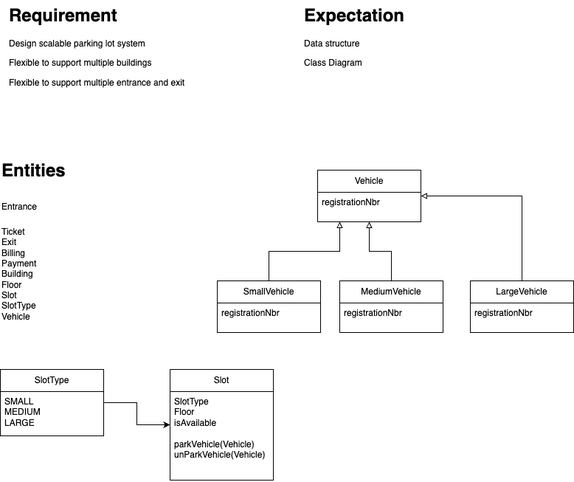
Above: Parking lot service.drawio.png in m0v006c/LLD (draw.io), before the change. Source tidied: cells renumbered, new cells last; positions are measured from the earlier drawing's top-left corner, leaving out a move shared by most shapes.
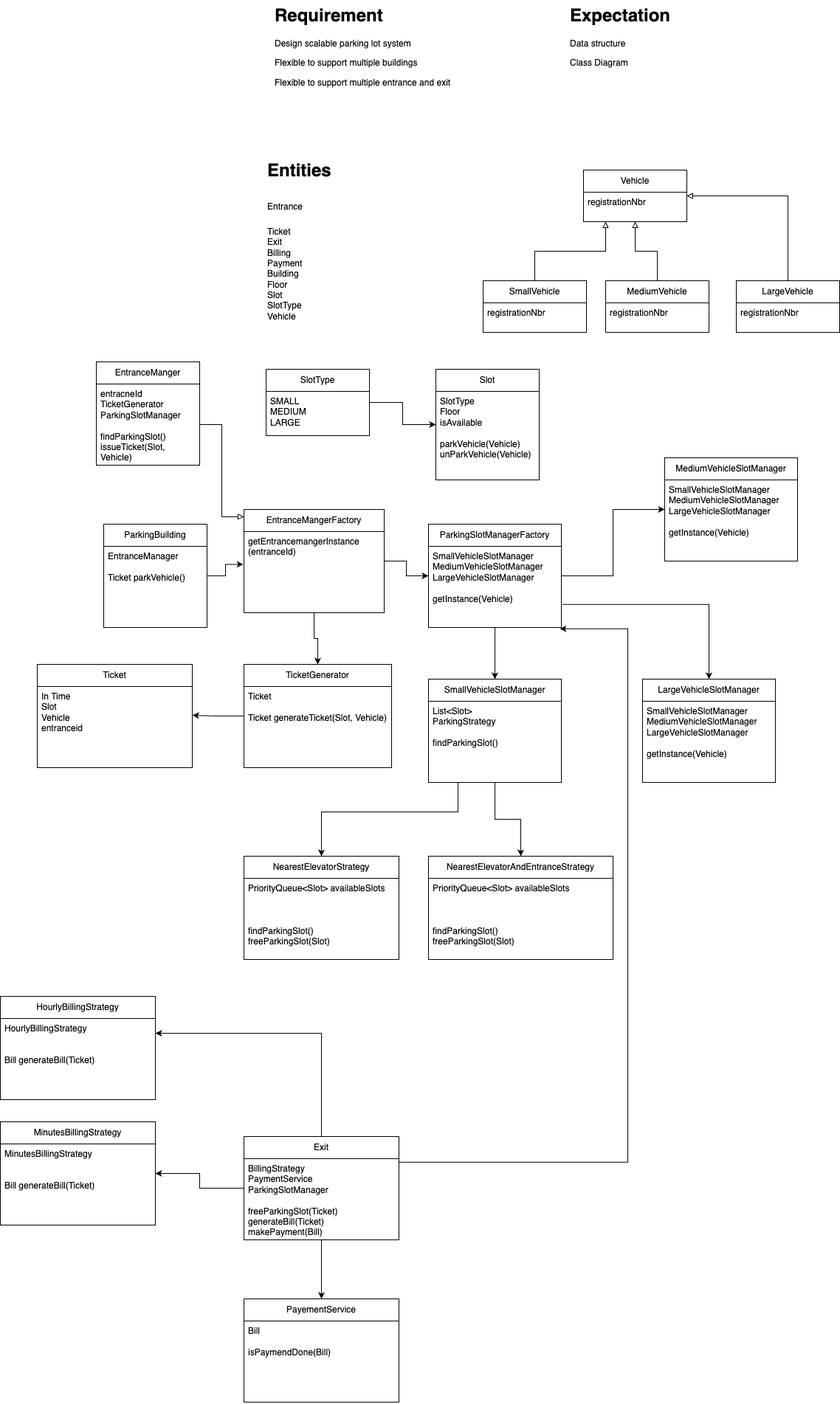
Above is the later version.

The edit, as a diff of the source:
```diff
@@ -64,5 +64,151 @@
     <mxCell id="20" value="&lt;div&gt;SlotType&lt;/div&gt;&lt;div&gt;Floor&lt;/div&gt;&lt;div&gt;isAvailable&lt;/div&gt;&lt;div&gt;&lt;br&gt;&lt;/div&gt;&lt;div&gt;parkVehicle(Vehicle)&lt;/div&gt;&lt;div&gt;unParkVehicle(Vehicle)&lt;/div&gt;" style="text;strokeColor=none;fillColor=none;align=left;verticalAlign=top;spacingLeft=4;spacingRight=4;overflow=hidden;whiteSpace=wrap;html=1;" parent="19" vertex="1">
       <mxGeometry y="30" width="140" height="120" as="geometry" />
     </mxCell>
+    <mxCell id="21" style="edgeStyle=orthogonalEdgeStyle;rounded=0;jettySize=auto;html=1;" parent="1" edge="1" source="23" target="25">
+      <mxGeometry relative="1" as="geometry" />
+    </mxCell>
+    <mxCell id="22" style="edgeStyle=orthogonalEdgeStyle;rounded=0;jettySize=auto;html=1;" parent="1" edge="1" source="23" target="30">
+      <mxGeometry relative="1" as="geometry" />
+    </mxCell>
+    <mxCell id="23" value="EntranceMangerFactory" style="swimlane;fontStyle=0;horizontal=1;startSize=30;whiteSpace=wrap;html=1;" parent="1" vertex="1">
+      <mxGeometry x="-30" y="690" width="190" height="140" as="geometry" />
+    </mxCell>
+    <mxCell id="24" value="&lt;div&gt;getEntrancemangerInstance&lt;br&gt;(entranceId)&lt;/div&gt;" style="text;strokeColor=none;fillColor=none;align=left;verticalAlign=top;spacingLeft=4;spacingRight=4;overflow=hidden;points=[[0,0.5],[1,0.5]];portConstraint=eastwest;whiteSpace=wrap;html=1;" parent="23" vertex="1">
+      <mxGeometry y="30" width="190" height="110" as="geometry" />
+    </mxCell>
+    <mxCell id="25" value="&lt;span style=&quot;text-align: left;&quot;&gt;TicketGenerator&lt;/span&gt;" style="swimlane;fontStyle=0;horizontal=1;startSize=30;whiteSpace=wrap;html=1;" parent="1" vertex="1">
+      <mxGeometry x="-30" y="900" width="200" height="140" as="geometry" />
+    </mxCell>
+    <mxCell id="26" value="&lt;div&gt;Ticket&lt;/div&gt;&lt;div&gt;&lt;br&gt;&lt;/div&gt;&lt;div&gt;Ticket generateTicket(Slot, Vehicle)&lt;/div&gt;" style="text;strokeColor=none;fillColor=none;align=left;verticalAlign=top;spacingLeft=4;spacingRight=4;overflow=hidden;whiteSpace=wrap;html=1;" parent="25" vertex="1">
+      <mxGeometry y="30" width="200" height="110" as="geometry" />
+    </mxCell>
+    <mxCell id="27" style="edgeStyle=orthogonalEdgeStyle;rounded=0;jettySize=auto;html=1;" parent="1" edge="1" source="30" target="34">
+      <mxGeometry relative="1" as="geometry" />
+    </mxCell>
+    <mxCell id="28" style="edgeStyle=orthogonalEdgeStyle;rounded=0;jettySize=auto;html=1;" parent="1" edge="1" source="30" target="36">
+      <mxGeometry relative="1" as="geometry" />
+    </mxCell>
+    <mxCell id="29" style="edgeStyle=orthogonalEdgeStyle;rounded=0;jettySize=auto;html=1;exitX=1.009;exitY=0.716;exitDx=0;exitDy=0;exitPerimeter=0;" parent="1" edge="1" source="31" target="38">
+      <mxGeometry relative="1" as="geometry" />
+    </mxCell>
+    <mxCell id="30" value="&lt;span style=&quot;text-align: left;&quot;&gt;ParkingSlotManagerFactory&lt;/span&gt;" style="swimlane;fontStyle=0;horizontal=1;startSize=30;whiteSpace=wrap;html=1;" parent="1" vertex="1">
+      <mxGeometry x="220" y="710" width="180" height="140" as="geometry" />
+    </mxCell>
+    <mxCell id="31" value="&lt;div&gt;SmallVehicleSlotManager&lt;/div&gt;&lt;div&gt;MediumVehicleSlotManager&amp;nbsp;&lt;br&gt;&lt;/div&gt;&lt;div&gt;LargeVehicleSlotManager&lt;br&gt;&lt;/div&gt;&lt;div&gt;&lt;br&gt;&lt;/div&gt;&lt;div&gt;getInstance(Vehicle)&lt;/div&gt;" style="text;strokeColor=none;fillColor=none;align=left;verticalAlign=top;spacingLeft=4;spacingRight=4;overflow=hidden;points=[[0,0.5],[1,0.5]];portConstraint=eastwest;whiteSpace=wrap;html=1;" parent="30" vertex="1">
+      <mxGeometry y="30" width="180" height="110" as="geometry" />
+    </mxCell>
+    <mxCell id="32" style="edgeStyle=orthogonalEdgeStyle;rounded=0;jettySize=auto;html=1;" parent="1" edge="1" source="34" target="40">
+      <mxGeometry relative="1" as="geometry">
+        <Array as="points">
+          <mxPoint x="260" y="1100" />
+          <mxPoint x="75" y="1100" />
+        </Array>
+      </mxGeometry>
+    </mxCell>
+    <mxCell id="33" style="edgeStyle=orthogonalEdgeStyle;rounded=0;jettySize=auto;html=1;" parent="1" edge="1" source="34" target="42">
+      <mxGeometry relative="1" as="geometry" />
+    </mxCell>
+    <mxCell id="34" value="&lt;span style=&quot;text-align: left;&quot;&gt;SmallVehicleSlotManager&lt;/span&gt;" style="swimlane;fontStyle=0;horizontal=1;startSize=30;whiteSpace=wrap;html=1;" parent="1" vertex="1">
+      <mxGeometry x="220" y="920" width="180" height="140" as="geometry" />
+    </mxCell>
+    <mxCell id="35" value="&lt;div&gt;List&amp;lt;Slot&amp;gt;&lt;/div&gt;&lt;div&gt;ParkingStrategy&lt;/div&gt;&lt;div&gt;&lt;br&gt;&lt;/div&gt;&lt;div&gt;findParkingSlot()&lt;/div&gt;" style="text;strokeColor=none;fillColor=none;align=left;verticalAlign=top;spacingLeft=4;spacingRight=4;overflow=hidden;whiteSpace=wrap;html=1;" parent="34" vertex="1">
+      <mxGeometry y="30" width="180" height="110" as="geometry" />
+    </mxCell>
+    <mxCell id="36" value="&lt;span style=&quot;text-align: left;&quot;&gt;MediumVehicleSlotManager&lt;/span&gt;" style="swimlane;fontStyle=0;horizontal=1;startSize=30;whiteSpace=wrap;html=1;" parent="1" vertex="1">
+      <mxGeometry x="540" y="620" width="180" height="140" as="geometry" />
+    </mxCell>
+    <mxCell id="37" value="&lt;div&gt;SmallVehicleSlotManager&lt;/div&gt;&lt;div&gt;MediumVehicleSlotManager&amp;nbsp;&lt;br&gt;&lt;/div&gt;&lt;div&gt;LargeVehicleSlotManager&lt;br&gt;&lt;/div&gt;&lt;div&gt;&lt;br&gt;&lt;/div&gt;&lt;div&gt;getInstance(Vehicle)&lt;/div&gt;" style="text;strokeColor=none;fillColor=none;align=left;verticalAlign=top;spacingLeft=4;spacingRight=4;overflow=hidden;whiteSpace=wrap;html=1;" parent="36" vertex="1">
+      <mxGeometry y="30" width="180" height="110" as="geometry" />
+    </mxCell>
+    <mxCell id="38" value="&lt;span style=&quot;text-align: left;&quot;&gt;LargeVehicleSlotManager&lt;/span&gt;" style="swimlane;fontStyle=0;horizontal=1;startSize=30;whiteSpace=wrap;html=1;" parent="1" vertex="1">
+      <mxGeometry x="510" y="920" width="180" height="140" as="geometry" />
+    </mxCell>
+    <mxCell id="39" value="&lt;div&gt;SmallVehicleSlotManager&lt;/div&gt;&lt;div&gt;MediumVehicleSlotManager&amp;nbsp;&lt;br&gt;&lt;/div&gt;&lt;div&gt;LargeVehicleSlotManager&lt;br&gt;&lt;/div&gt;&lt;div&gt;&lt;br&gt;&lt;/div&gt;&lt;div&gt;getInstance(Vehicle)&lt;/div&gt;" style="text;strokeColor=none;fillColor=none;align=left;verticalAlign=top;spacingLeft=4;spacingRight=4;overflow=hidden;whiteSpace=wrap;html=1;" parent="38" vertex="1">
+      <mxGeometry y="30" width="180" height="110" as="geometry" />
+    </mxCell>
+    <mxCell id="40" value="&lt;span style=&quot;text-align: left;&quot;&gt;NearestElevatorStrategy&lt;/span&gt;" style="swimlane;fontStyle=0;horizontal=1;startSize=30;whiteSpace=wrap;html=1;" parent="1" vertex="1">
+      <mxGeometry x="-30" y="1160" width="210" height="140" as="geometry" />
+    </mxCell>
+    <mxCell id="41" value="&lt;div&gt;PriorityQueue&amp;lt;Slot&amp;gt; availableSlots&lt;/div&gt;&lt;div&gt;&lt;br&gt;&lt;/div&gt;&lt;div&gt;&lt;br&gt;&lt;/div&gt;&lt;div&gt;&lt;br&gt;&lt;/div&gt;&lt;div&gt;findParkingSlot()&lt;/div&gt;&lt;div&gt;freeParkingSlot(Slot)&lt;/div&gt;" style="text;strokeColor=none;fillColor=none;align=left;verticalAlign=top;spacingLeft=4;spacingRight=4;overflow=hidden;whiteSpace=wrap;html=1;" parent="40" vertex="1">
+      <mxGeometry y="30" width="210" height="110" as="geometry" />
+    </mxCell>
+    <mxCell id="42" value="&lt;span style=&quot;text-align: left;&quot;&gt;NearestElevatorAndEntranceStrategy&lt;/span&gt;" style="swimlane;fontStyle=0;horizontal=1;startSize=30;whiteSpace=wrap;html=1;" parent="1" vertex="1">
+      <mxGeometry x="220" y="1160" width="250" height="140" as="geometry" />
+    </mxCell>
+    <mxCell id="43" value="&lt;div&gt;PriorityQueue&amp;lt;Slot&amp;gt; availableSlots&lt;/div&gt;&lt;div&gt;&lt;br&gt;&lt;/div&gt;&lt;div&gt;&lt;br&gt;&lt;/div&gt;&lt;div&gt;&lt;br&gt;&lt;/div&gt;&lt;div&gt;findParkingSlot()&lt;/div&gt;&lt;div&gt;freeParkingSlot(Slot)&lt;/div&gt;" style="text;strokeColor=none;fillColor=none;align=left;verticalAlign=top;spacingLeft=4;spacingRight=4;overflow=hidden;whiteSpace=wrap;html=1;" parent="42" vertex="1">
+      <mxGeometry y="30" width="250" height="110" as="geometry" />
+    </mxCell>
+    <mxCell id="44" style="edgeStyle=orthogonalEdgeStyle;rounded=0;jettySize=auto;html=1;entryX=0.988;entryY=1.015;entryDx=0;entryDy=0;entryPerimeter=0;exitX=1.001;exitY=0.044;exitDx=0;exitDy=0;exitPerimeter=0;" parent="1" edge="1" source="49" target="31">
+      <mxGeometry relative="1" as="geometry">
+        <Array as="points">
+          <mxPoint x="490" y="1575" />
+          <mxPoint x="490" y="852" />
+        </Array>
+      </mxGeometry>
+    </mxCell>
+    <mxCell id="45" style="edgeStyle=orthogonalEdgeStyle;rounded=0;jettySize=auto;html=1;" parent="1" edge="1" source="48" target="53">
+      <mxGeometry relative="1" as="geometry">
+        <Array as="points">
+          <mxPoint x="75" y="1400" />
+        </Array>
+      </mxGeometry>
+    </mxCell>
+    <mxCell id="46" style="edgeStyle=orthogonalEdgeStyle;rounded=0;jettySize=auto;html=1;" parent="1" edge="1" source="48" target="55">
+      <mxGeometry relative="1" as="geometry" />
+    </mxCell>
+    <mxCell id="47" style="edgeStyle=orthogonalEdgeStyle;rounded=0;jettySize=auto;html=1;" parent="1" edge="1" source="48" target="57">
+      <mxGeometry relative="1" as="geometry" />
+    </mxCell>
+    <mxCell id="48" value="&lt;span style=&quot;text-align: left;&quot;&gt;Exit&lt;/span&gt;" style="swimlane;fontStyle=0;horizontal=1;startSize=30;whiteSpace=wrap;html=1;" parent="1" vertex="1">
+      <mxGeometry x="-30" y="1540" width="210" height="140" as="geometry" />
+    </mxCell>
+    <mxCell id="49" value="BillingStrategy&lt;div&gt;PaymentService&lt;/div&gt;&lt;div&gt;ParkingSlotManager&lt;br&gt;&lt;/div&gt;&lt;div&gt;&lt;br&gt;&lt;/div&gt;&lt;div&gt;freeParkingSlot(Ticket)&lt;/div&gt;&lt;div&gt;generateBill(Ticket)&lt;/div&gt;&lt;div&gt;makePayment(Bill)&lt;/div&gt;" style="text;strokeColor=none;fillColor=none;align=left;verticalAlign=top;spacingLeft=4;spacingRight=4;overflow=hidden;points=[[0,0.5],[1,0.5]];portConstraint=eastwest;whiteSpace=wrap;html=1;" parent="48" vertex="1">
+      <mxGeometry y="30" width="210" height="110" as="geometry" />
+    </mxCell>
+    <mxCell id="50" value="&lt;span style=&quot;text-align: left;&quot;&gt;Ticket&lt;/span&gt;" style="swimlane;fontStyle=0;horizontal=1;startSize=30;whiteSpace=wrap;html=1;" parent="1" vertex="1">
+      <mxGeometry x="-310" y="900" width="210" height="140" as="geometry" />
+    </mxCell>
+    <mxCell id="51" value="In Time&lt;div&gt;Slot&lt;/div&gt;&lt;div&gt;Vehicle&lt;/div&gt;&lt;div&gt;entranceid&lt;/div&gt;&lt;div&gt;&lt;br&gt;&lt;/div&gt;" style="text;strokeColor=none;fillColor=none;align=left;verticalAlign=top;spacingLeft=4;spacingRight=4;overflow=hidden;points=[[0,0.5],[1,0.5]];portConstraint=eastwest;whiteSpace=wrap;html=1;" parent="50" vertex="1">
+      <mxGeometry y="30" width="210" height="110" as="geometry" />
+    </mxCell>
+    <mxCell id="52" style="edgeStyle=orthogonalEdgeStyle;rounded=0;jettySize=auto;html=1;entryX=1.001;entryY=0.356;entryDx=0;entryDy=0;entryPerimeter=0;" parent="1" edge="1" source="25" target="51">
+      <mxGeometry relative="1" as="geometry" />
+    </mxCell>
+    <mxCell id="53" value="&lt;span style=&quot;text-align: left;&quot;&gt;HourlyBillingStrategy&lt;/span&gt;" style="swimlane;fontStyle=0;horizontal=1;startSize=30;whiteSpace=wrap;html=1;" parent="1" vertex="1">
+      <mxGeometry x="-360" y="1350" width="210" height="140" as="geometry" />
+    </mxCell>
+    <mxCell id="54" value="HourlyBillingStrategy&lt;div&gt;&lt;br&gt;&lt;/div&gt;&lt;div&gt;&lt;br&gt;&lt;/div&gt;&lt;div&gt;Bill generateBill(Ticket)&lt;/div&gt;" style="text;strokeColor=none;fillColor=none;align=left;verticalAlign=top;spacingLeft=4;spacingRight=4;overflow=hidden;whiteSpace=wrap;html=1;" parent="53" vertex="1">
+      <mxGeometry y="30" width="210" height="110" as="geometry" />
+    </mxCell>
+    <mxCell id="55" value="&lt;span style=&quot;text-align: left;&quot;&gt;MinutesBillingStrategy&lt;/span&gt;" style="swimlane;fontStyle=0;horizontal=1;startSize=30;whiteSpace=wrap;html=1;" parent="1" vertex="1">
+      <mxGeometry x="-360" y="1520" width="210" height="140" as="geometry" />
+    </mxCell>
+    <mxCell id="56" value="MinutesBillingStrategy&lt;div&gt;&lt;br&gt;&lt;/div&gt;&lt;div&gt;&lt;br&gt;&lt;/div&gt;&lt;div&gt;Bill generateBill(Ticket)&lt;/div&gt;" style="text;strokeColor=none;fillColor=none;align=left;verticalAlign=top;spacingLeft=4;spacingRight=4;overflow=hidden;whiteSpace=wrap;html=1;" parent="55" vertex="1">
+      <mxGeometry y="30" width="210" height="110" as="geometry" />
+    </mxCell>
+    <mxCell id="57" value="&lt;span style=&quot;text-align: left;&quot;&gt;PayementService&lt;/span&gt;" style="swimlane;fontStyle=0;horizontal=1;startSize=30;whiteSpace=wrap;html=1;" parent="1" vertex="1">
+      <mxGeometry x="-30" y="1760" width="210" height="140" as="geometry" />
+    </mxCell>
+    <mxCell id="58" value="Bill&lt;div&gt;&lt;br&gt;&lt;/div&gt;&lt;div&gt;isPaymendDone(Bill)&lt;/div&gt;" style="text;strokeColor=none;fillColor=none;align=left;verticalAlign=top;spacingLeft=4;spacingRight=4;overflow=hidden;whiteSpace=wrap;html=1;" parent="57" vertex="1">
+      <mxGeometry y="30" width="210" height="110" as="geometry" />
+    </mxCell>
+    <mxCell id="59" value="ParkingBuilding" style="swimlane;fontStyle=0;horizontal=1;startSize=30;whiteSpace=wrap;html=1;" parent="1" vertex="1">
+      <mxGeometry x="-220" y="710" width="140" height="140" as="geometry" />
+    </mxCell>
+    <mxCell id="60" value="&lt;div&gt;EntranceManager&lt;/div&gt;&lt;div&gt;&lt;br&gt;&lt;/div&gt;&lt;div&gt;Ticket parkVehicle()&lt;/div&gt;&lt;div&gt;&lt;br&gt;&lt;/div&gt;" style="text;strokeColor=none;fillColor=none;align=left;verticalAlign=top;spacingLeft=4;spacingRight=4;overflow=hidden;whiteSpace=wrap;html=1;" parent="59" vertex="1">
+      <mxGeometry y="30" width="140" height="110" as="geometry" />
+    </mxCell>
+    <mxCell id="61" value="EntranceManger" style="swimlane;fontStyle=0;horizontal=1;startSize=30;whiteSpace=wrap;html=1;" parent="1" vertex="1">
+      <mxGeometry x="-230" y="490" width="140" height="140" as="geometry" />
+    </mxCell>
+    <mxCell id="62" value="&lt;div&gt;&lt;div&gt;entracneId&lt;/div&gt;&lt;div&gt;TicketGenerator&lt;/div&gt;&lt;div&gt;ParkingSlotManager&lt;/div&gt;&lt;div&gt;&lt;br&gt;&lt;/div&gt;&lt;div&gt;findParkingSlot()&lt;/div&gt;&lt;div&gt;issueTicket(Slot, Vehicle)&lt;/div&gt;&lt;div&gt;&lt;br&gt;&lt;/div&gt;&lt;/div&gt;" style="text;strokeColor=none;fillColor=none;align=left;verticalAlign=top;spacingLeft=4;spacingRight=4;overflow=hidden;points=[[0,0.5],[1,0.5]];portConstraint=eastwest;whiteSpace=wrap;html=1;" parent="61" vertex="1">
+      <mxGeometry y="30" width="140" height="110" as="geometry" />
+    </mxCell>
+    <mxCell id="63" style="edgeStyle=orthogonalEdgeStyle;rounded=0;jettySize=auto;html=1;entryX=-0.004;entryY=0.404;entryDx=0;entryDy=0;entryPerimeter=0;" parent="1" edge="1" source="59" target="24">
+      <mxGeometry relative="1" as="geometry" />
+    </mxCell>
+    <mxCell id="64" style="edgeStyle=orthogonalEdgeStyle;rounded=0;jettySize=auto;html=1;entryX=0;entryY=0.071;entryDx=0;entryDy=0;entryPerimeter=0;endArrow=block;endFill=0;" parent="1" edge="1" source="62" target="23">
+      <mxGeometry relative="1" as="geometry" />
+    </mxCell>
   </root>
 </mxGraphModel>
```
